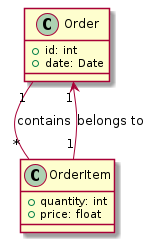
Above: outputs/single_agent/exercise_04/diagram_generated.png in Tom-KB/Generating-and-Correcting-Design-Diagrams-with-LLMs (PlantUML), before the change.
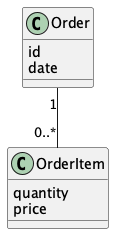
Later version of the same file.

Diff of the diagram source:
```diff
@@ -1,14 +1,15 @@
 @startuml
+
 class Order {
-    +id: int
-    +date: Date
+    id
+    date
 }
 
 class OrderItem {
-    +quantity: int
-    +price: float
+    quantity
+    price
 }
 
-Order "1" -- "*" OrderItem : contains
-OrderItem "1" --> "1" Order : belongs to
+Order "1" -- "0..*" OrderItem
+
 @enduml
```
